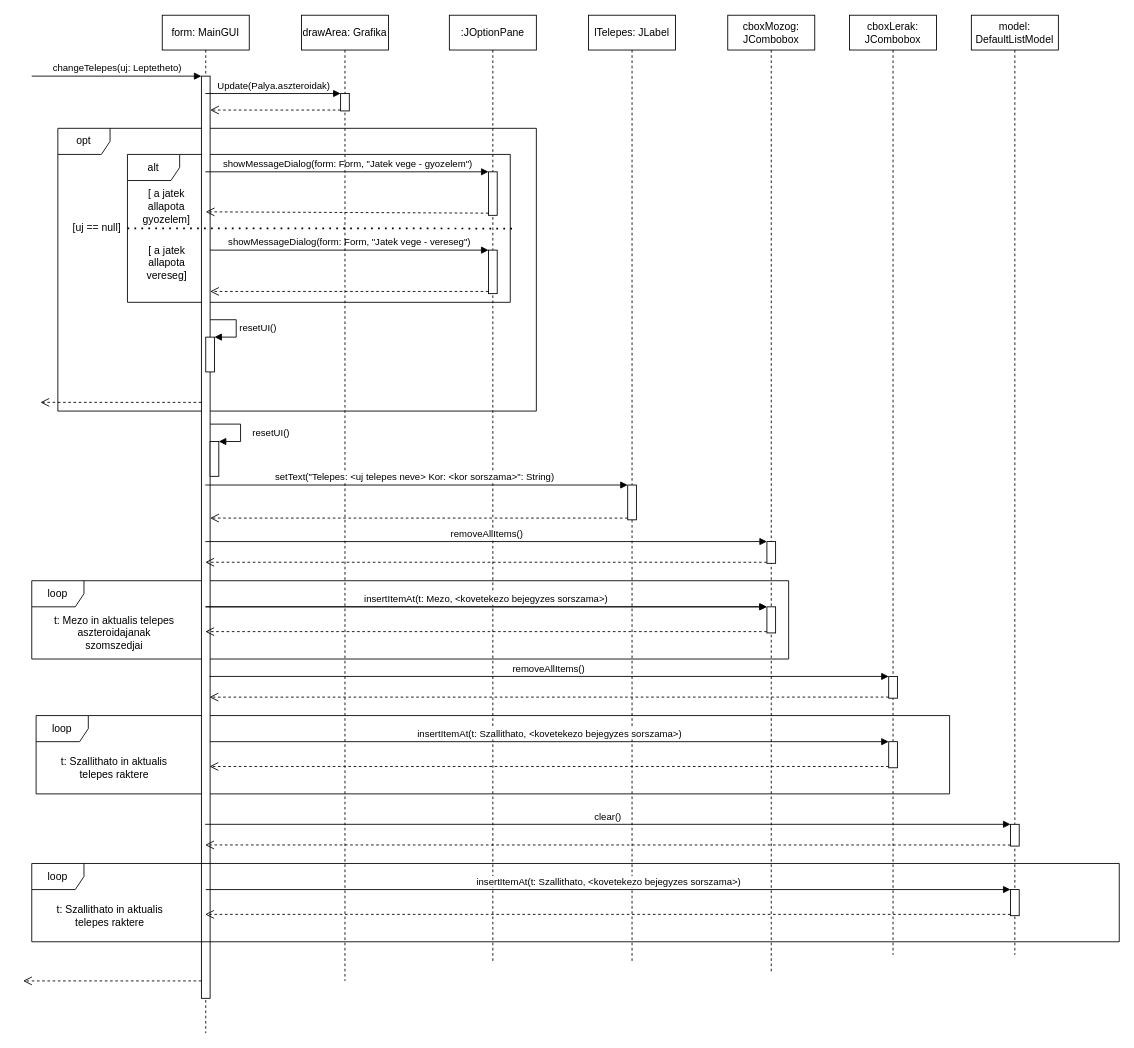
Earlier version of the draw.io diagram doc/UIszek/change_telepes.drawio (torpeBoiGo/aszteroidabanyaszat). Source tidied: cells renumbered, new cells numbered last; positions are measured from the earlier drawing's top-left corner, leaving out a move shared by most shapes. Both pictures are drawn from the tidied source at 87%, with x=0, y=0 at pixel (23, 15).
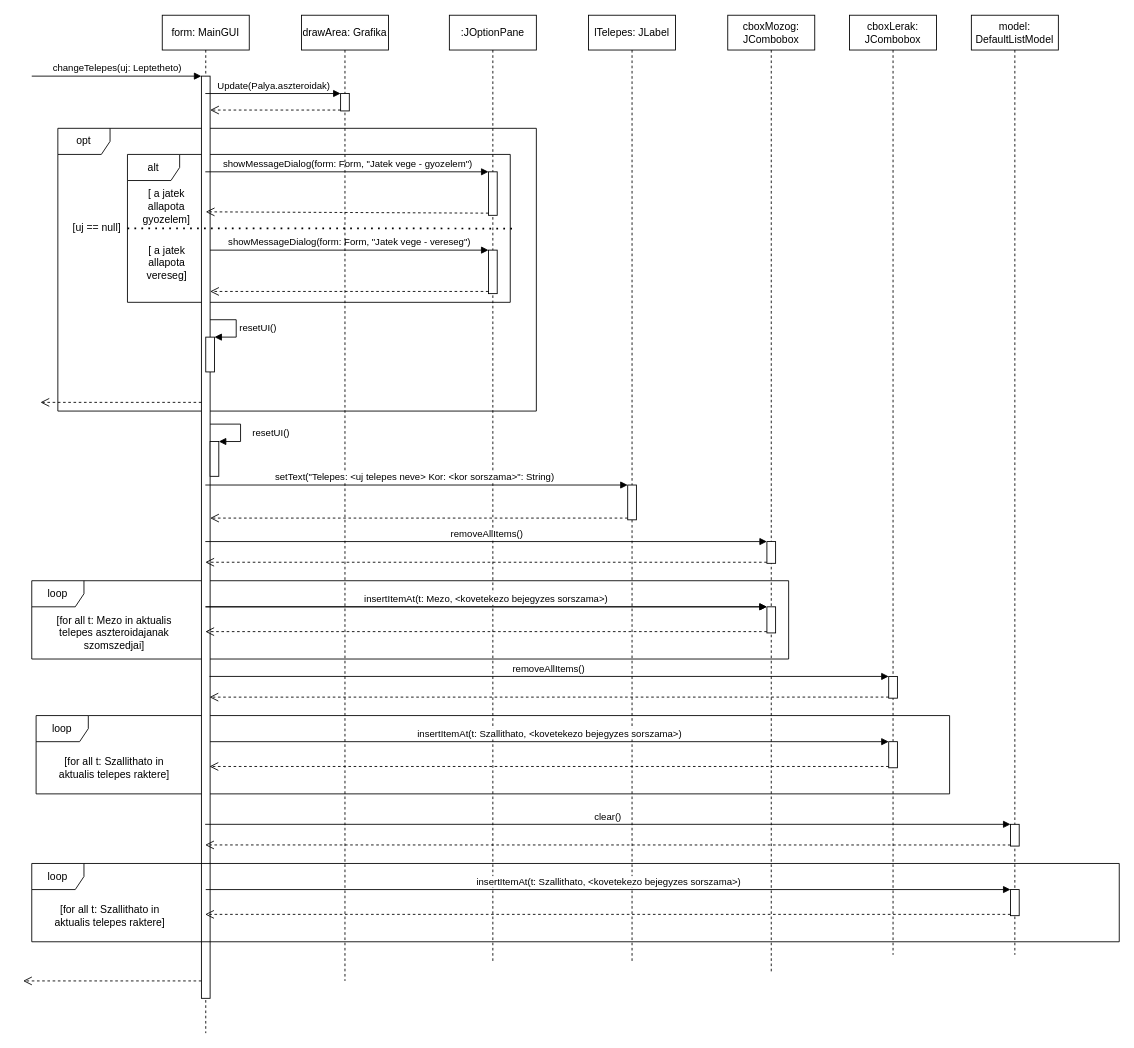
Above is the later version.

Commit message:
Update change_telepes.drawio: loop felt javitas

The edit, as a diff of the source:
```diff
@@
-    <mxCell id="41" value="t: Mezo in aktualis telepes aszteroidajanak szomszedjai" style="text;html=1;strokeColor=none;fillColor=none;align=center;verticalAlign=middle;whiteSpace=wrap;rounded=0;" parent="1" vertex="1">
+    <mxCell id="41" value="[for all t: Mezo in aktualis telepes aszteroidajanak szomszedjai]" style="text;html=1;strokeColor=none;fillColor=none;align=center;verticalAlign=middle;whiteSpace=wrap;rounded=0;" parent="1" vertex="1">
       <mxGeometry x="30" y="700" width="150" height="20" as="geometry" />
     </mxCell>
@@
-    <mxCell id="49" value="t: Szallithato in aktualis telepes raktere" style="text;html=1;strokeColor=none;fillColor=none;align=center;verticalAlign=middle;whiteSpace=wrap;rounded=0;" parent="1" vertex="1">
+    <mxCell id="49" value="[for all t: Szallithato in aktualis telepes raktere]" style="text;html=1;strokeColor=none;fillColor=none;align=center;verticalAlign=middle;whiteSpace=wrap;rounded=0;" parent="1" vertex="1">
       <mxGeometry x="30" y="855" width="150" height="20" as="geometry" />
     </mxCell>
@@
-    <mxCell id="58" value="t: Szallithato in aktualis telepes raktere" style="text;html=1;strokeColor=none;fillColor=none;align=center;verticalAlign=middle;whiteSpace=wrap;rounded=0;" parent="1" vertex="1">
+    <mxCell id="58" value="[for all t: Szallithato in aktualis telepes raktere]" style="text;html=1;strokeColor=none;fillColor=none;align=center;verticalAlign=middle;whiteSpace=wrap;rounded=0;" parent="1" vertex="1">
       <mxGeometry x="25" y="1025" width="150" height="20" as="geometry" />
     </mxCell>
```
